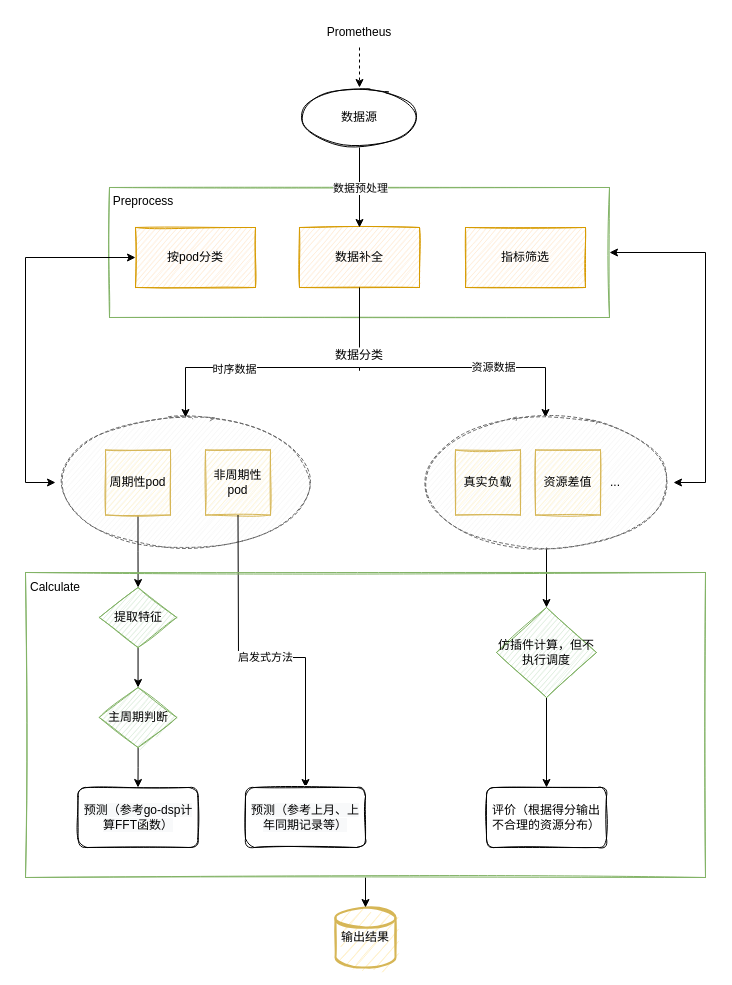
20160920/draw-picture keeps this draw.io diagram as page "Page-1" (1 of 2) of Untitled Diagram.drawio. Above is the earlier version. Source tidied: cells renumbered, new cells numbered last; positions are measured from the earlier drawing's top-left corner, leaving out a move shared by most shapes. Both pictures are drawn from the tidied source at 100%, with x=0, y=0 at pixel (25, 17).
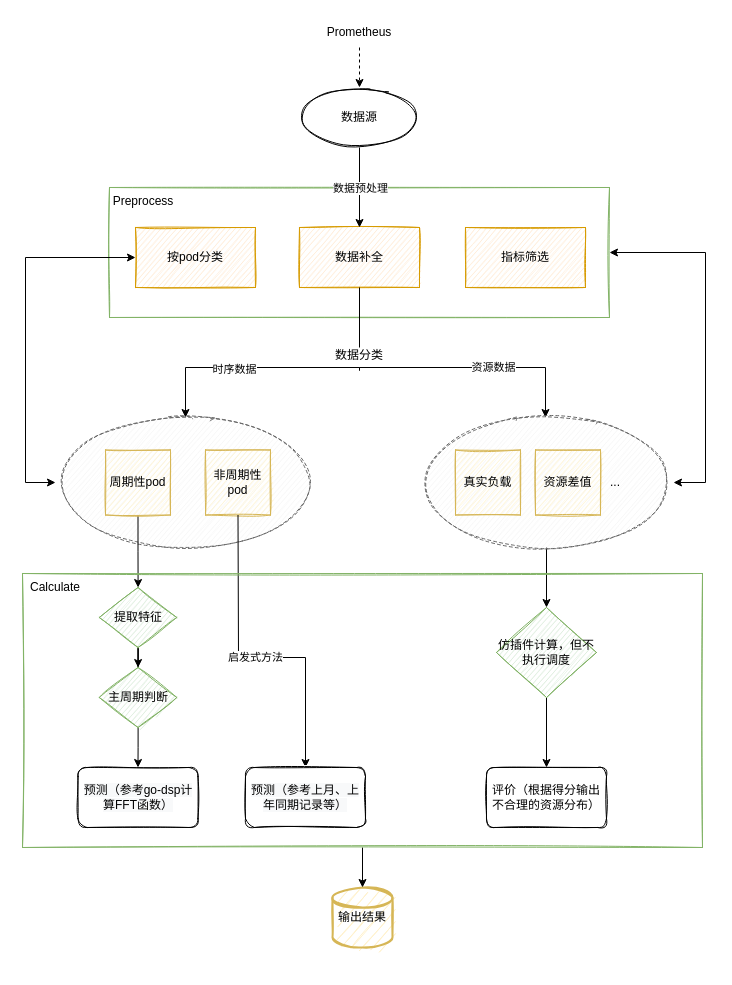
After the change.

The edit, as a diff of the source:
```diff
@@
-    <mxCell id="26" style="edgeStyle=orthogonalEdgeStyle;rounded=0;jettySize=auto;html=1;" parent="1" edge="1" source="27">
-      <mxGeometry relative="1" as="geometry">
-        <mxPoint x="112.5" y="770" as="targetPoint" />
-      </mxGeometry>
+    <mxCell id="26" style="edgeStyle=orthogonalEdgeStyle;rounded=0;jettySize=auto;html=1;entryX=0.5;entryY=0;entryDx=0;entryDy=0;" parent="1" edge="1" source="27" target="28">
+      <mxGeometry relative="1" as="geometry" />
     </mxCell>
     <mxCell id="27" value="主周期判断" style="rhombus;whiteSpace=wrap;html=1;fillColor=#d5e8d4;strokeColor=#82b366;sketch=1;" parent="1" vertex="1">
-      <mxGeometry x="73.8" y="670" width="77.5" height="60" as="geometry" />
+      <mxGeometry x="73.8" y="650" width="77.5" height="60" as="geometry" />
     </mxCell>
     <mxCell id="28" value="&lt;span style=&quot;caret-color: rgb(0, 0, 0); color: rgb(0, 0, 0); font-family: Helvetica; font-size: 12px; font-style: normal; font-variant-caps: normal; font-weight: 400; letter-spacing: normal; text-align: center; text-indent: 0px; text-transform: none; word-spacing: 0px; -webkit-text-stroke-width: 0px; background-color: rgb(248, 249, 250); text-decoration: none; float: none; display: inline !important;&quot;&gt;预测（参考go-dsp计算FFT函数）&lt;/span&gt;" style="rounded=1;whiteSpace=wrap;html=1;sketch=1;fillColor=#FFFFFF;" parent="1" vertex="1">
-      <mxGeometry x="52.5" y="770" width="120" height="60" as="geometry" />
+      <mxGeometry x="52.5" y="750" width="120" height="60" as="geometry" />
     </mxCell>
@@
     <mxCell id="30" value="&lt;span style=&quot;caret-color: rgb(0, 0, 0); color: rgb(0, 0, 0); font-family: Helvetica; font-size: 12px; font-style: normal; font-variant-caps: normal; font-weight: 400; letter-spacing: normal; text-align: center; text-indent: 0px; text-transform: none; word-spacing: 0px; -webkit-text-stroke-width: 0px; background-color: rgb(248, 249, 250); text-decoration: none; float: none; display: inline !important;&quot;&gt;预测（参考上月、上年同期记录等）&lt;/span&gt;" style="rounded=1;whiteSpace=wrap;html=1;sketch=1;fillColor=#FFFFFF;" parent="1" vertex="1">
-      <mxGeometry x="220" y="770" width="120" height="60" as="geometry" />
+      <mxGeometry x="220" y="750" width="120" height="60" as="geometry" />
     </mxCell>
@@
     <mxCell id="37" value="评价（根据得分输出不合理的资源分布）" style="rounded=1;whiteSpace=wrap;html=1;sketch=1;" parent="1" vertex="1">
-      <mxGeometry x="461" y="770" width="120" height="60" as="geometry" />
+      <mxGeometry x="461" y="750" width="120" height="60" as="geometry" />
     </mxCell>
     <mxCell id="38" value="输出结果" style="strokeWidth=2;html=1;shape=mxgraph.flowchart.database;whiteSpace=wrap;sketch=1;fillColor=#fff2cc;strokeColor=#d6b656;" parent="1" vertex="1">
-      <mxGeometry x="310" y="890" width="60" height="60" as="geometry" />
+      <mxGeometry x="307" y="870" width="60" height="60" as="geometry" />
     </mxCell>
@@
     <mxCell id="40" style="verticalLabelPosition=bottom;verticalAlign=top;html=1;shape=mxgraph.basic.rect;fillColor2=none;strokeWidth=1;size=20;indent=5;sketch=1;fillColor=none;strokeColor=#82b366;" parent="1" vertex="1">
-      <mxGeometry y="555" width="680" height="305" as="geometry" />
+      <mxGeometry x="-3" y="556" width="680" height="274" as="geometry" />
     </mxCell>
```
